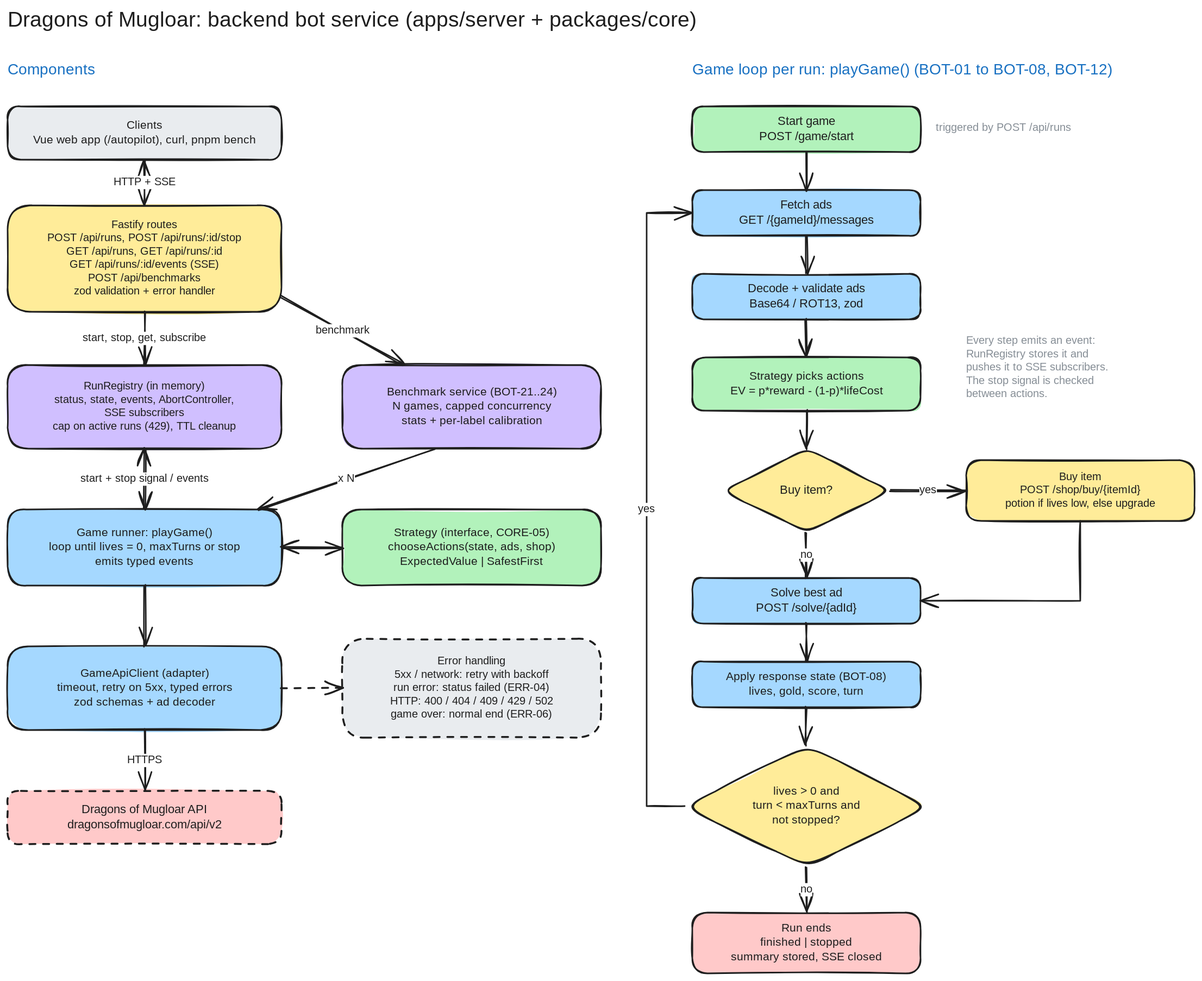
Above: docs/diagrams/backend-bot.excalidraw.svg in dbucardi/game-portifolio (Excalidraw), before the change. Source tidied: one line per element, renumbered; positions are measured from the earlier drawing's top-left corner, leaving out a move shared by most shapes. The source it was exported from:
```json
{"id": 0, "type": "text", "text": "Dragons of Mugloar: backend bot service (apps/server + packages/core)", "strokeColor": "#1e1e1e", "strokeWidth": 2, "roughness": 1, "fontSize": 28, "fontFamily": 5, "verticalAlign": "middle", "x": 0, "y": 0, "width": 1063, "height": 35}
{"id": 1, "type": "text", "text": "Components", "strokeColor": "#1971c2", "strokeWidth": 2, "roughness": 1, "fontSize": 20, "fontFamily": 5, "verticalAlign": "middle", "x": 0, "y": 70, "width": 110, "height": 25}
{"id": 2, "type": "text", "text": "Game loop per run: playGame() (BOT-01 to BOT-08, BOT-12)", "strokeColor": "#1971c2", "strokeWidth": 2, "roughness": 1, "fontSize": 20, "fontFamily": 5, "verticalAlign": "middle", "x": 900, "y": 70, "width": 616, "height": 25}
{"id": 3, "type": "rectangle", "strokeColor": "#1e1e1e", "backgroundColor": "#e9ecef", "fillStyle": "solid", "strokeWidth": 2, "roughness": 1, "round": true, "x": 0, "y": 130, "width": 360, "height": 70}
{"id": 4, "type": "text", "text": "Clients\nVue web app (/autopilot), curl, pnpm bench", "strokeColor": "#1e1e1e", "strokeWidth": 2, "roughness": 1, "fontSize": 15, "fontFamily": 5, "textAlign": "center", "verticalAlign": "middle", "inside": 3, "x": 7, "y": 146, "width": 346, "height": 38}
{"id": 5, "type": "rectangle", "strokeColor": "#1e1e1e", "backgroundColor": "#ffec99", "fillStyle": "solid", "strokeWidth": 2, "roughness": 1, "round": true, "x": 0, "y": 260, "width": 360, "height": 140}
{"id": 6, "type": "text", "text": "Fastify routes\nPOST /api/runs, POST /api/runs/:id/stop\nGET /api/runs, GET /api/runs/:id\nGET /api/runs/:id/events (SSE)\nPOST /api/benchmarks\nzod validation + error handler", "strokeColor": "#1e1e1e", "strokeWidth": 2, "roughness": 1, "fontSize": 14, "fontFamily": 5, "textAlign": "center", "verticalAlign": "middle", "inside": 5, "x": 30, "y": 278, "width": 300, "height": 105}
{"id": 7, "type": "rectangle", "strokeColor": "#1e1e1e", "backgroundColor": "#d0bfff", "fillStyle": "solid", "strokeWidth": 2, "roughness": 1, "round": true, "x": 0, "y": 470, "width": 360, "height": 110}
{"id": 8, "type": "text", "text": "RunRegistry (in memory)\nstatus, state, events, AbortController,\nSSE subscribers\ncap on active runs (429), TTL cleanup", "strokeColor": "#1e1e1e", "strokeWidth": 2, "roughness": 1, "fontSize": 14, "fontFamily": 5, "textAlign": "center", "verticalAlign": "middle", "inside": 7, "x": 30, "y": 490, "width": 300, "height": 70}
{"id": 9, "type": "rectangle", "strokeColor": "#1e1e1e", "backgroundColor": "#d0bfff", "fillStyle": "solid", "strokeWidth": 2, "roughness": 1, "round": true, "x": 440, "y": 470, "width": 340, "height": 110}
{"id": 10, "type": "text", "text": "Benchmark service (BOT-21..24)\nN games, capped concurrency\nstats + per-label calibration", "strokeColor": "#1e1e1e", "strokeWidth": 2, "roughness": 1, "fontSize": 15, "fontFamily": 5, "textAlign": "center", "verticalAlign": "middle", "inside": 9, "x": 486, "y": 497, "width": 248, "height": 56}
{"id": 11, "type": "rectangle", "strokeColor": "#1e1e1e", "backgroundColor": "#a5d8ff", "fillStyle": "solid", "strokeWidth": 2, "roughness": 1, "round": true, "x": 0, "y": 660, "width": 360, "height": 100}
{"id": 12, "type": "text", "text": "Game runner: playGame()\nloop until lives = 0, maxTurns or stop\nemits typed events", "strokeColor": "#1e1e1e", "strokeWidth": 2, "roughness": 1, "fontSize": 15, "fontFamily": 5, "textAlign": "center", "verticalAlign": "middle", "inside": 11, "x": 23, "y": 682, "width": 314, "height": 56}
{"id": 13, "type": "rectangle", "strokeColor": "#1e1e1e", "backgroundColor": "#b2f2bb", "fillStyle": "solid", "strokeWidth": 2, "roughness": 1, "round": true, "x": 440, "y": 660, "width": 340, "height": 100}
{"id": 14, "type": "text", "text": "Strategy (interface, CORE-05)\nchooseActions(state, ads, shop)\nExpectedValue | SafestFirst", "strokeColor": "#1e1e1e", "strokeWidth": 2, "roughness": 1, "fontSize": 15, "fontFamily": 5, "textAlign": "center", "verticalAlign": "middle", "inside": 13, "x": 482, "y": 682, "width": 256, "height": 56}
{"id": 15, "type": "rectangle", "strokeColor": "#1e1e1e", "backgroundColor": "#a5d8ff", "fillStyle": "solid", "strokeWidth": 2, "roughness": 1, "round": true, "x": 0, "y": 840, "width": 360, "height": 110}
{"id": 16, "type": "text", "text": "GameApiClient (adapter)\ntimeout, retry on 5xx, typed errors\nzod schemas + ad decoder", "strokeColor": "#1e1e1e", "strokeWidth": 2, "roughness": 1, "fontSize": 15, "fontFamily": 5, "textAlign": "center", "verticalAlign": "middle", "inside": 15, "x": 36, "y": 867, "width": 289, "height": 56}
{"id": 17, "type": "rectangle", "strokeColor": "#1e1e1e", "backgroundColor": "#e9ecef", "fillStyle": "solid", "strokeWidth": 2, "strokeStyle": "dashed", "roughness": 1, "round": true, "x": 440, "y": 830, "width": 340, "height": 130}
{"id": 18, "type": "text", "text": "Error handling\n5xx / network: retry with backoff\nrun error: status failed (ERR-04)\nHTTP: 400 / 404 / 409 / 429 / 502\ngame over: normal end (ERR-06)", "strokeColor": "#1e1e1e", "strokeWidth": 2, "roughness": 1, "fontSize": 14, "fontFamily": 5, "textAlign": "center", "verticalAlign": "middle", "inside": 17, "x": 483, "y": 851, "width": 254, "height": 88}
{"id": 19, "type": "rectangle", "strokeColor": "#1e1e1e", "backgroundColor": "#ffc9c9", "fillStyle": "solid", "strokeWidth": 2, "strokeStyle": "dashed", "roughness": 1, "round": true, "x": 0, "y": 1030, "width": 360, "height": 70}
{"id": 20, "type": "text", "text": "Dragons of Mugloar API\ndragonsofmugloar.com/api/v2", "strokeColor": "#1e1e1e", "strokeWidth": 2, "roughness": 1, "fontSize": 16, "fontFamily": 5, "textAlign": "center", "verticalAlign": "middle", "inside": 19, "x": 61, "y": 1045, "width": 238, "height": 40}
{"id": 21, "type": "arrow", "strokeColor": "#1e1e1e", "strokeWidth": 2, "roughness": 1, "startArrowhead": "arrow", "endArrowhead": "arrow", "round": true, "from": 3, "to": 5, "x": 180, "y": 200, "width": 0, "height": 60, "points": [[0, 0], [0, 60]]}
{"id": 22, "type": "text", "text": "HTTP + SSE", "strokeColor": "#1e1e1e", "strokeWidth": 2, "roughness": 1, "fontSize": 14, "fontFamily": 5, "textAlign": "center", "verticalAlign": "middle", "inside": 21, "x": 142, "y": 221, "width": 77, "height": 18}
{"id": 23, "type": "arrow", "strokeColor": "#1e1e1e", "strokeWidth": 2, "roughness": 1, "endArrowhead": "arrow", "round": true, "from": 5, "to": 7, "x": 180, "y": 400, "width": 0, "height": 70, "points": [[0, 0], [0, 70]]}
{"id": 24, "type": "text", "text": "start, stop, get, subscribe", "strokeColor": "#1e1e1e", "strokeWidth": 2, "roughness": 1, "fontSize": 14, "fontFamily": 5, "textAlign": "center", "verticalAlign": "middle", "inside": 23, "x": 76, "y": 426, "width": 208, "height": 18}
{"id": 25, "type": "arrow", "strokeColor": "#1e1e1e", "strokeWidth": 2, "roughness": 1, "endArrowhead": "arrow", "round": true, "from": 5, "to": 9, "x": 360, "y": 380, "width": 160, "height": 90, "points": [[0, 0], [160, 90]]}
{"id": 26, "type": "text", "text": "benchmark", "strokeColor": "#1e1e1e", "strokeWidth": 2, "roughness": 1, "fontSize": 14, "fontFamily": 5, "textAlign": "center", "verticalAlign": "middle", "inside": 25, "x": 405, "y": 416, "width": 69, "height": 18}
{"id": 27, "type": "arrow", "strokeColor": "#1e1e1e", "strokeWidth": 2, "roughness": 1, "startArrowhead": "arrow", "endArrowhead": "arrow", "round": true, "from": 7, "to": 11, "x": 180, "y": 580, "width": 0, "height": 80, "points": [[0, 0], [0, 80]]}
{"id": 28, "type": "text", "text": "start + stop signal / events", "strokeColor": "#1e1e1e", "strokeWidth": 2, "roughness": 1, "fontSize": 14, "fontFamily": 5, "textAlign": "center", "verticalAlign": "middle", "inside": 27, "x": 72, "y": 611, "width": 216, "height": 18}
{"id": 29, "type": "arrow", "strokeColor": "#1e1e1e", "strokeWidth": 2, "roughness": 1, "endArrowhead": "arrow", "round": true, "from": 9, "to": 11, "x": 560, "y": 580, "width": 230, "height": 80, "points": [[0, 0], [-230, 80]]}
{"id": 30, "type": "text", "text": "x N", "strokeColor": "#1e1e1e", "strokeWidth": 2, "roughness": 1, "fontSize": 14, "fontFamily": 5, "textAlign": "center", "verticalAlign": "middle", "inside": 29, "x": 433, "y": 611, "width": 23, "height": 18}
{"id": 31, "type": "arrow", "strokeColor": "#1e1e1e", "strokeWidth": 2, "roughness": 1, "startArrowhead": "arrow", "endArrowhead": "arrow", "round": true, "from": 11, "to": 13, "x": 360, "y": 710, "width": 80, "height": 0, "points": [[0, 0], [80, 0]]}
{"id": 32, "type": "arrow", "strokeColor": "#1e1e1e", "strokeWidth": 2, "roughness": 1, "endArrowhead": "arrow", "round": true, "from": 11, "to": 15, "x": 180, "y": 760, "width": 0, "height": 80, "points": [[0, 0], [0, 80]]}
{"id": 33, "type": "arrow", "strokeColor": "#1e1e1e", "strokeWidth": 2, "roughness": 1, "endArrowhead": "arrow", "round": true, "from": 15, "to": 19, "x": 180, "y": 950, "width": 0, "height": 80, "points": [[0, 0], [0, 80]]}
{"id": 34, "type": "text", "text": "HTTPS", "strokeColor": "#1e1e1e", "strokeWidth": 2, "roughness": 1, "fontSize": 14, "fontFamily": 5, "textAlign": "center", "verticalAlign": "middle", "inside": 33, "x": 161, "y": 981, "width": 38, "height": 18}
{"id": 35, "type": "arrow", "strokeColor": "#1e1e1e", "strokeWidth": 2, "strokeStyle": "dashed", "roughness": 1, "endArrowhead": "arrow", "round": true, "from": 15, "to": 17, "x": 360, "y": 895, "width": 80, "height": 0, "points": [[0, 0], [80, 0]]}
{"id": 36, "type": "rectangle", "strokeColor": "#1e1e1e", "backgroundColor": "#b2f2bb", "fillStyle": "solid", "strokeWidth": 2, "roughness": 1, "round": true, "x": 900, "y": 130, "width": 300, "height": 60}
{"id": 37, "type": "text", "text": "Start game\nPOST /game/start", "strokeColor": "#1e1e1e", "strokeWidth": 2, "roughness": 1, "fontSize": 16, "fontFamily": 5, "textAlign": "center", "verticalAlign": "middle", "inside": 36, "x": 980, "y": 140, "width": 141, "height": 40}
{"id": 38, "type": "rectangle", "strokeColor": "#1e1e1e", "backgroundColor": "#a5d8ff", "fillStyle": "solid", "strokeWidth": 2, "roughness": 1, "round": true, "x": 900, "y": 240, "width": 300, "height": 60}
{"id": 39, "type": "text", "text": "Fetch ads\nGET /{gameId}/messages", "strokeColor": "#1e1e1e", "strokeWidth": 2, "roughness": 1, "fontSize": 16, "fontFamily": 5, "textAlign": "center", "verticalAlign": "middle", "inside": 38, "x": 953, "y": 250, "width": 194, "height": 40}
{"id": 40, "type": "rectangle", "strokeColor": "#1e1e1e", "backgroundColor": "#a5d8ff", "fillStyle": "solid", "strokeWidth": 2, "roughness": 1, "round": true, "x": 900, "y": 350, "width": 300, "height": 60}
{"id": 41, "type": "text", "text": "Decode + validate ads\nBase64 / ROT13, zod", "strokeColor": "#1e1e1e", "strokeWidth": 2, "roughness": 1, "fontSize": 16, "fontFamily": 5, "textAlign": "center", "verticalAlign": "middle", "inside": 40, "x": 958, "y": 360, "width": 185, "height": 40}
{"id": 42, "type": "rectangle", "strokeColor": "#1e1e1e", "backgroundColor": "#b2f2bb", "fillStyle": "solid", "strokeWidth": 2, "roughness": 1, "round": true, "x": 900, "y": 460, "width": 300, "height": 70}
{"id": 43, "type": "text", "text": "Strategy picks actions\nEV = p*reward - (1-p)*lifeCost", "strokeColor": "#1e1e1e", "strokeWidth": 2, "roughness": 1, "fontSize": 15, "fontFamily": 5, "textAlign": "center", "verticalAlign": "middle", "inside": 42, "x": 926, "y": 476, "width": 248, "height": 38}
{"id": 44, "type": "diamond", "strokeColor": "#1e1e1e", "backgroundColor": "#ffec99", "fillStyle": "solid", "strokeWidth": 2, "roughness": 1, "round": true, "x": 940, "y": 580, "width": 220, "height": 110}
{"id": 45, "type": "text", "text": "Buy item?", "strokeColor": "#1e1e1e", "strokeWidth": 2, "roughness": 1, "fontSize": 16, "fontFamily": 5, "textAlign": "center", "verticalAlign": "middle", "inside": 44, "x": 1010, "y": 625, "width": 79, "height": 20}
{"id": 46, "type": "rectangle", "strokeColor": "#1e1e1e", "backgroundColor": "#ffec99", "fillStyle": "solid", "strokeWidth": 2, "roughness": 1, "round": true, "x": 1260, "y": 595, "width": 300, "height": 80}
{"id": 47, "type": "text", "text": "Buy item\nPOST /shop/buy/{itemId}\npotion if lives low, else upgrade", "strokeColor": "#1e1e1e", "strokeWidth": 2, "roughness": 1, "fontSize": 14, "fontFamily": 5, "textAlign": "center", "verticalAlign": "middle", "inside": 46, "x": 1283, "y": 609, "width": 254, "height": 52}
{"id": 48, "type": "rectangle", "strokeColor": "#1e1e1e", "backgroundColor": "#a5d8ff", "fillStyle": "solid", "strokeWidth": 2, "roughness": 1, "round": true, "x": 900, "y": 750, "width": 300, "height": 60}
{"id": 49, "type": "text", "text": "Solve best ad\nPOST /solve/{adId}", "strokeColor": "#1e1e1e", "strokeWidth": 2, "roughness": 1, "fontSize": 16, "fontFamily": 5, "textAlign": "center", "verticalAlign": "middle", "inside": 48, "x": 971, "y": 760, "width": 158, "height": 40}
{"id": 50, "type": "rectangle", "strokeColor": "#1e1e1e", "backgroundColor": "#a5d8ff", "fillStyle": "solid", "strokeWidth": 2, "roughness": 1, "round": true, "x": 900, "y": 860, "width": 300, "height": 60}
{"id": 51, "type": "text", "text": "Apply response state (BOT-08)\nlives, gold, score, turn", "strokeColor": "#1e1e1e", "strokeWidth": 2, "roughness": 1, "fontSize": 15, "fontFamily": 5, "textAlign": "center", "verticalAlign": "middle", "inside": 50, "x": 930, "y": 871, "width": 239, "height": 38}
{"id": 52, "type": "diamond", "strokeColor": "#1e1e1e", "backgroundColor": "#ffec99", "fillStyle": "solid", "strokeWidth": 2, "roughness": 1, "round": true, "x": 890, "y": 970, "width": 320, "height": 160}
{"id": 53, "type": "text", "text": "lives > 0 and\nturn < maxTurns and\nnot stopped?", "strokeColor": "#1e1e1e", "strokeWidth": 2, "roughness": 1, "fontSize": 15, "fontFamily": 5, "textAlign": "center", "verticalAlign": "middle", "inside": 52, "x": 972, "y": 1022, "width": 157, "height": 56}
{"id": 54, "type": "rectangle", "strokeColor": "#1e1e1e", "backgroundColor": "#ffc9c9", "fillStyle": "solid", "strokeWidth": 2, "roughness": 1, "round": true, "x": 900, "y": 1190, "width": 300, "height": 80}
{"id": 55, "type": "text", "text": "Run ends\nfinished | stopped\nsummary stored, SSE closed", "strokeColor": "#1e1e1e", "strokeWidth": 2, "roughness": 1, "fontSize": 15, "fontFamily": 5, "textAlign": "center", "verticalAlign": "middle", "inside": 54, "x": 943, "y": 1202, "width": 215, "height": 56}
{"id": 56, "type": "arrow", "strokeColor": "#1e1e1e", "strokeWidth": 2, "roughness": 1, "endArrowhead": "arrow", "round": true, "from": 36, "to": 38, "x": 1050, "y": 190, "width": 0, "height": 50, "points": [[0, 0], [0, 50]]}
{"id": 57, "type": "arrow", "strokeColor": "#1e1e1e", "strokeWidth": 2, "roughness": 1, "endArrowhead": "arrow", "round": true, "from": 38, "to": 40, "x": 1050, "y": 300, "width": 0, "height": 50, "points": [[0, 0], [0, 50]]}
{"id": 58, "type": "arrow", "strokeColor": "#1e1e1e", "strokeWidth": 2, "roughness": 1, "endArrowhead": "arrow", "round": true, "from": 40, "to": 42, "x": 1050, "y": 410, "width": 0, "height": 50, "points": [[0, 0], [0, 50]]}
{"id": 59, "type": "arrow", "strokeColor": "#1e1e1e", "strokeWidth": 2, "roughness": 1, "endArrowhead": "arrow", "round": true, "from": 42, "to": 44, "x": 1050, "y": 530, "width": 0, "height": 50, "points": [[0, 0], [0, 50]]}
{"id": 60, "type": "arrow", "strokeColor": "#1e1e1e", "strokeWidth": 2, "roughness": 1, "endArrowhead": "arrow", "round": true, "from": 44, "to": 46, "x": 1160, "y": 635, "width": 100, "height": 0, "points": [[0, 0], [100, 0]]}
{"id": 61, "type": "text", "text": "yes", "strokeColor": "#1e1e1e", "strokeWidth": 2, "roughness": 1, "fontSize": 14, "fontFamily": 5, "textAlign": "center", "verticalAlign": "middle", "inside": 60, "x": 1198, "y": 626, "width": 23, "height": 18}
{"id": 62, "type": "arrow", "strokeColor": "#1e1e1e", "strokeWidth": 2, "roughness": 1, "endArrowhead": "arrow", "round": true, "from": 44, "to": 48, "x": 1050, "y": 690, "width": 0, "height": 60, "points": [[0, 0], [0, 60]]}
{"id": 63, "type": "text", "text": "no", "strokeColor": "#1e1e1e", "strokeWidth": 2, "roughness": 1, "fontSize": 14, "fontFamily": 5, "textAlign": "center", "verticalAlign": "middle", "inside": 62, "x": 1042, "y": 711, "width": 15, "height": 18}
{"id": 64, "type": "arrow", "strokeColor": "#1e1e1e", "strokeWidth": 2, "roughness": 1, "endArrowhead": "arrow", "from": 46, "to": 48, "x": 1410, "y": 675, "width": 210, "height": 105, "points": [[0, 0], [0, 105], [-210, 105]]}
{"id": 65, "type": "arrow", "strokeColor": "#1e1e1e", "strokeWidth": 2, "roughness": 1, "endArrowhead": "arrow", "round": true, "from": 48, "to": 50, "x": 1050, "y": 810, "width": 0, "height": 50, "points": [[0, 0], [0, 50]]}
{"id": 66, "type": "arrow", "strokeColor": "#1e1e1e", "strokeWidth": 2, "roughness": 1, "endArrowhead": "arrow", "round": true, "from": 50, "to": 52, "x": 1050, "y": 920, "width": 0, "height": 50, "points": [[0, 0], [0, 50]]}
{"id": 67, "type": "arrow", "strokeColor": "#1e1e1e", "strokeWidth": 2, "roughness": 1, "endArrowhead": "arrow", "from": 52, "to": 38, "x": 890, "y": 1050, "width": 60, "height": 780, "points": [[0, 0], [-50, 0], [-50, -780], [10, -780]]}
{"id": 68, "type": "text", "text": "yes", "strokeColor": "#1e1e1e", "strokeWidth": 2, "roughness": 1, "fontSize": 14, "fontFamily": 5, "textAlign": "center", "verticalAlign": "middle", "inside": 67, "x": 828, "y": 261, "width": 23, "height": 18}
{"id": 69, "type": "arrow", "strokeColor": "#1e1e1e", "strokeWidth": 2, "roughness": 1, "endArrowhead": "arrow", "round": true, "from": 52, "to": 54, "x": 1050, "y": 1130, "width": 0, "height": 60, "points": [[0, 0], [0, 60]]}
{"id": 70, "type": "text", "text": "no", "strokeColor": "#1e1e1e", "strokeWidth": 2, "roughness": 1, "fontSize": 14, "fontFamily": 5, "textAlign": "center", "verticalAlign": "middle", "inside": 69, "x": 1042, "y": 1151, "width": 15, "height": 18}
{"id": 71, "type": "text", "text": "Every step emits an event:\nRunRegistry stores it and\npushes it to SSE subscribers.\nThe stop signal is checked\nbetween actions.", "strokeColor": "#868e96", "strokeWidth": 2, "roughness": 1, "fontSize": 14, "fontFamily": 5, "verticalAlign": "middle", "x": 1260, "y": 430, "width": 223, "height": 88}
{"id": 72, "type": "text", "text": "triggered by POST /api/runs", "strokeColor": "#868e96", "strokeWidth": 2, "roughness": 1, "fontSize": 14, "fontFamily": 5, "verticalAlign": "middle", "x": 1220, "y": 150, "width": 208, "height": 18}
```
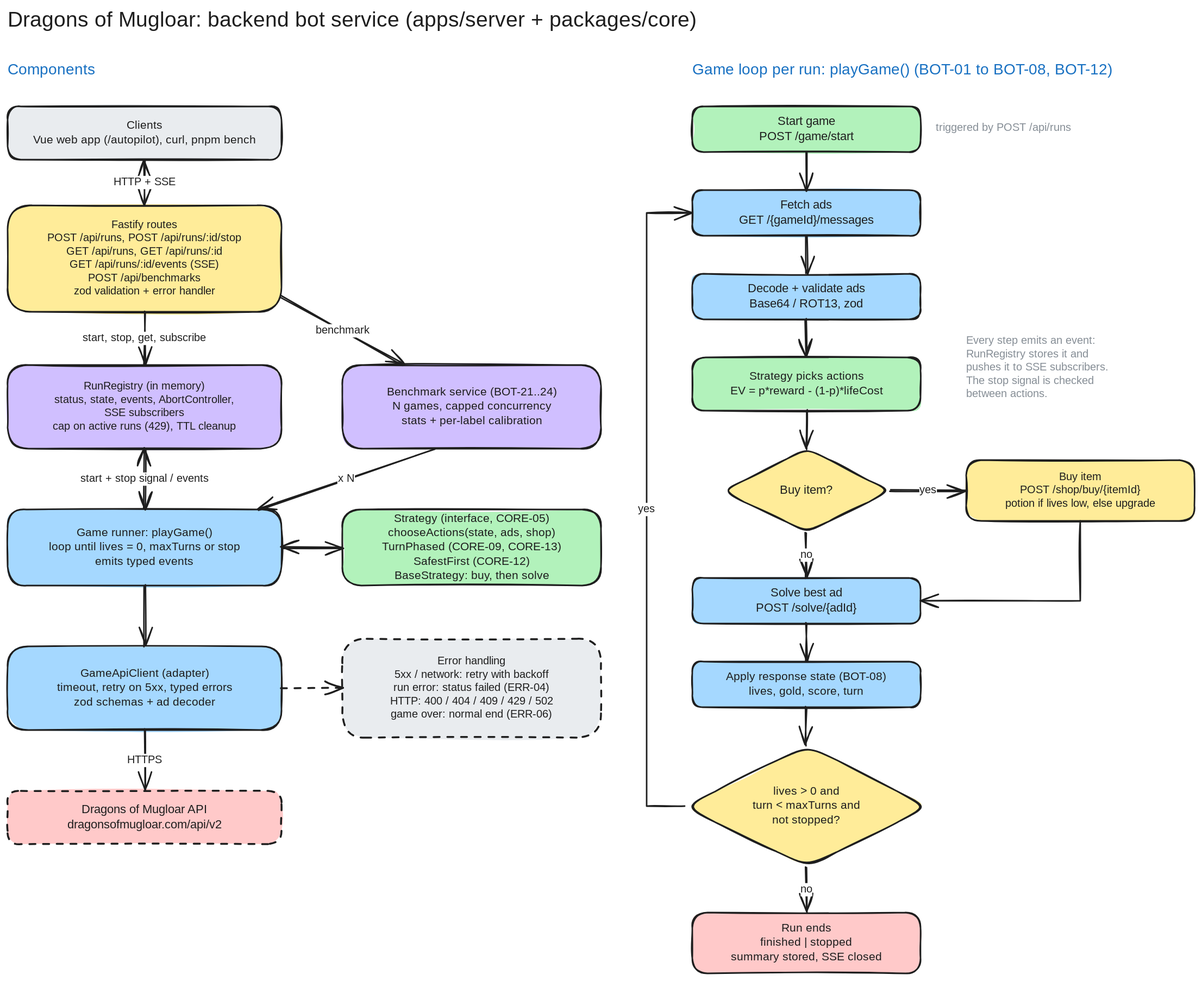
The same file after the commit.

Diff of the diagram source:
```diff
@@ -12,7 +12,7 @@
 {"id": 11, "type": "rectangle", "strokeColor": "#1e1e1e", "backgroundColor": "#a5d8ff", "fillStyle": "solid", "strokeWidth": 2, "roughness": 1, "round": true, "x": 0, "y": 660, "width": 360, "height": 100}
 {"id": 12, "type": "text", "text": "Game runner: playGame()\nloop until lives = 0, maxTurns or stop\nemits typed events", "strokeColor": "#1e1e1e", "strokeWidth": 2, "roughness": 1, "fontSize": 15, "fontFamily": 5, "textAlign": "center", "verticalAlign": "middle", "inside": 11, "x": 23, "y": 682, "width": 314, "height": 56}
 {"id": 13, "type": "rectangle", "strokeColor": "#1e1e1e", "backgroundColor": "#b2f2bb", "fillStyle": "solid", "strokeWidth": 2, "roughness": 1, "round": true, "x": 440, "y": 660, "width": 340, "height": 100}
-{"id": 14, "type": "text", "text": "Strategy (interface, CORE-05)\nchooseActions(state, ads, shop)\nExpectedValue | SafestFirst", "strokeColor": "#1e1e1e", "strokeWidth": 2, "roughness": 1, "fontSize": 15, "fontFamily": 5, "textAlign": "center", "verticalAlign": "middle", "inside": 13, "x": 482, "y": 682, "width": 256, "height": 56}
+{"id": 14, "type": "text", "text": "Strategy (interface, CORE-05)\nchooseActions(state, ads, shop)\nTurnPhased (CORE-09, CORE-13)\nSafestFirst (CORE-12)\nBaseStrategy: buy, then solve", "strokeColor": "#1e1e1e", "strokeWidth": 2, "roughness": 1, "fontSize": 15, "fontFamily": 5, "textAlign": "center", "verticalAlign": "middle", "inside": 13, "x": 455, "y": 663, "width": 310, "height": 94}
 {"id": 15, "type": "rectangle", "strokeColor": "#1e1e1e", "backgroundColor": "#a5d8ff", "fillStyle": "solid", "strokeWidth": 2, "roughness": 1, "round": true, "x": 0, "y": 840, "width": 360, "height": 110}
 {"id": 16, "type": "text", "text": "GameApiClient (adapter)\ntimeout, retry on 5xx, typed errors\nzod schemas + ad decoder", "strokeColor": "#1e1e1e", "strokeWidth": 2, "roughness": 1, "fontSize": 15, "fontFamily": 5, "textAlign": "center", "verticalAlign": "middle", "inside": 15, "x": 36, "y": 867, "width": 289, "height": 56}
 {"id": 17, "type": "rectangle", "strokeColor": "#1e1e1e", "backgroundColor": "#e9ecef", "fillStyle": "solid", "strokeWidth": 2, "strokeStyle": "dashed", "roughness": 1, "round": true, "x": 440, "y": 830, "width": 340, "height": 130}
```
